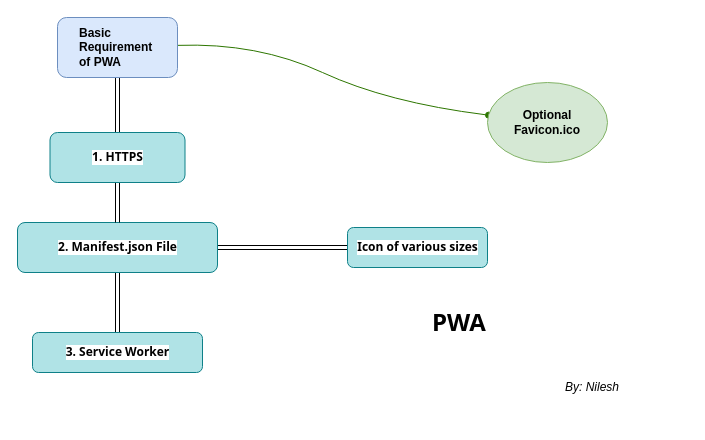
nileshkr17/mausam-pwa keeps this draw.io diagram as Untitled Diagram.drawio. Above is the earlier version. Source tidied: cells renumbered, new cells numbered last; positions are measured from the earlier drawing's top-left corner, leaving out a move shared by most shapes. Both pictures are drawn from the tidied source at 100%, with x=0, y=0 at pixel (17, 17).
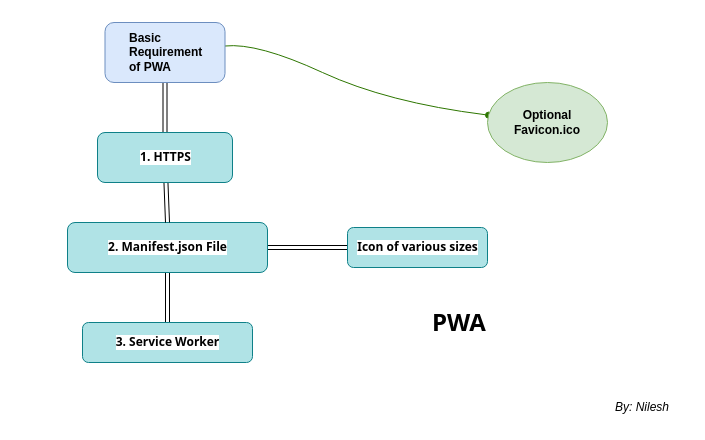
After the change.

Change to the diagram source:
```diff
@@
 <mxGraphModel>
   <root>
     <mxCell id="0" />
     <mxCell id="1" parent="0" />
     <mxCell id="2" style="jettySize=auto;html=1;fillColor=#60a917;strokeColor=#2D7600;strokeWidth=1;endArrow=oval;endFill=1;curved=1;" parent="1" edge="1" source="4" target="6">
       <mxGeometry relative="1" as="geometry">
         <Array as="points">
           <mxPoint x="240" y="25" />
           <mxPoint x="370" y="85" />
         </Array>
       </mxGeometry>
     </mxCell>
     <mxCell id="3" style="edgeStyle=none;curved=1;jettySize=auto;html=1;entryX=0.5;entryY=0;entryDx=0;entryDy=0;strokeWidth=1;fontFamily=Tahoma;endArrow=oval;endFill=1;shape=link;sketch=0;rounded=0;shadow=0;targetPerimeterSpacing=0;" parent="1" edge="1" source="4" target="12">
       <mxGeometry relative="1" as="geometry" />
     </mxCell>
     <mxCell id="4" style="rounded=1;whiteSpace=wrap;html=1;fillColor=#dae8fc;strokeColor=#6c8ebf;" parent="1" vertex="1">
-      <mxGeometry x="40" width="120" height="60" as="geometry" />
+      <mxGeometry x="87.5" y="5" width="120" height="60" as="geometry" />
     </mxCell>
     <mxCell id="5" value="Basic Requirement of PWA" style="text;html=1;strokeColor=none;fillColor=none;align=left;verticalAlign=middle;whiteSpace=wrap;rounded=0;fontStyle=1;horizontal=1;" parent="1" vertex="1">
-      <mxGeometry x="60" y="15" width="60" height="30" as="geometry" />
+      <mxGeometry x="110" y="20" width="60" height="30" as="geometry" />
     </mxCell>
     <mxCell id="6" value="&lt;div style=&quot;&quot;&gt;&lt;b style=&quot;background-color: initial;&quot;&gt;Optional&lt;/b&gt;&lt;/div&gt;&lt;b&gt;&lt;div style=&quot;&quot;&gt;&lt;b style=&quot;background-color: initial;&quot;&gt;Favicon.ico&lt;/b&gt;&lt;/div&gt;&lt;/b&gt;" style="ellipse;whiteSpace=wrap;html=1;rounded=0;fillColor=#d5e8d4;strokeColor=#82b366;align=center;" parent="1" vertex="1">
       <mxGeometry x="470" y="65" width="120" height="80" as="geometry" />
     </mxCell>
     <mxCell id="7" style="edgeStyle=none;curved=1;jettySize=auto;html=1;exitX=0.5;exitY=1;exitDx=0;exitDy=0;entryX=0.5;entryY=0;entryDx=0;entryDy=0;strokeWidth=1;fontFamily=Tahoma;endArrow=oval;endFill=1;shape=link;" parent="1" edge="1" source="9" target="10">
       <mxGeometry relative="1" as="geometry" />
     </mxCell>
     <mxCell id="8" style="edgeStyle=none;curved=1;jettySize=auto;html=1;entryX=0;entryY=0.5;entryDx=0;entryDy=0;strokeWidth=1;fontFamily=Tahoma;endArrow=oval;endFill=1;shape=link;" parent="1" edge="1" source="9" target="13">
       <mxGeometry relative="1" as="geometry" />
     </mxCell>
     <mxCell id="9" value="&lt;b&gt;&lt;font face=&quot;Tahoma&quot;&gt;2. Manifest.json File&lt;/font&gt;&lt;/b&gt;" style="rounded=1;fillColor=#b0e3e6;strokeColor=#0e8088;labelBackgroundColor=default;labelBorderColor=none;html=1;" parent="1" vertex="1">
-      <mxGeometry y="205" width="200" height="50" as="geometry" />
+      <mxGeometry x="50" y="205" width="200" height="50" as="geometry" />
     </mxCell>
     <mxCell id="10" value="&lt;b&gt;&lt;font face=&quot;Tahoma&quot;&gt;3. Service Worker&lt;/font&gt;&lt;/b&gt;" style="rounded=1;fillColor=#b0e3e6;strokeColor=#0e8088;labelBackgroundColor=default;labelBorderColor=none;html=1;" parent="1" vertex="1">
-      <mxGeometry x="15" y="315" width="170" height="40" as="geometry" />
+      <mxGeometry x="65" y="305" width="170" height="40" as="geometry" />
     </mxCell>
     <mxCell id="11" style="edgeStyle=none;curved=1;jettySize=auto;html=1;entryX=0.5;entryY=0;entryDx=0;entryDy=0;strokeWidth=1;fontFamily=Tahoma;endArrow=oval;endFill=1;shape=link;" parent="1" edge="1" source="12" target="9">
       <mxGeometry relative="1" as="geometry" />
     </mxCell>
     <mxCell id="12" value="&lt;b&gt;1. HTTPS&lt;/b&gt;" style="rounded=1;fillColor=#b0e3e6;strokeColor=#0e8088;labelBackgroundColor=default;labelBorderColor=none;html=1;fontFamily=Tahoma;" parent="1" vertex="1">
-      <mxGeometry x="32.5" y="115" width="135" height="50" as="geometry" />
+      <mxGeometry x="80" y="115" width="135" height="50" as="geometry" />
     </mxCell>
     <mxCell id="13" value="&lt;b&gt;&lt;font face=&quot;Tahoma&quot;&gt;Icon of various sizes&lt;/font&gt;&lt;/b&gt;" style="rounded=1;fillColor=#b0e3e6;strokeColor=#0e8088;labelBackgroundColor=default;labelBorderColor=none;html=1;" parent="1" vertex="1">
       <mxGeometry x="330" y="210" width="140" height="40" as="geometry" />
     </mxCell>
     <mxCell id="14" value="&lt;h1&gt;PWA&lt;/h1&gt;&lt;div&gt;&lt;br&gt;&lt;/div&gt;" style="text;html=1;strokeColor=none;fillColor=none;spacing=5;spacingTop=-20;whiteSpace=wrap;overflow=hidden;rounded=0;labelBackgroundColor=default;labelBorderColor=none;fontFamily=Tahoma;" parent="1" vertex="1">
       <mxGeometry x="410" y="285" width="190" height="40" as="geometry" />
     </mxCell>
     <mxCell id="15" value="&lt;i style=&quot;&quot;&gt;&lt;font face=&quot;Helvetica&quot;&gt;By: Nilesh&lt;/font&gt;&lt;/i&gt;" style="text;html=1;strokeColor=none;fillColor=none;align=center;verticalAlign=middle;whiteSpace=wrap;rounded=0;labelBackgroundColor=default;labelBorderColor=none;fontFamily=Tahoma;" parent="1" vertex="1">
-      <mxGeometry x="530" y="355" width="90" height="30" as="geometry" />
+      <mxGeometry x="580" y="375" width="90" height="30" as="geometry" />
     </mxCell>
+    <mxCell id="16" style="edgeStyle=none;shape=link;curved=1;rounded=0;sketch=0;orthogonalLoop=1;jettySize=auto;html=1;exitX=0.5;exitY=1;exitDx=0;exitDy=0;shadow=0;strokeWidth=1;fontFamily=Helvetica;endArrow=oval;endFill=1;targetPerimeterSpacing=0;" parent="1" edge="1" source="6" target="6">
+      <mxGeometry relative="1" as="geometry" />
+    </mxCell>
   </root>
 </mxGraphModel>
```
